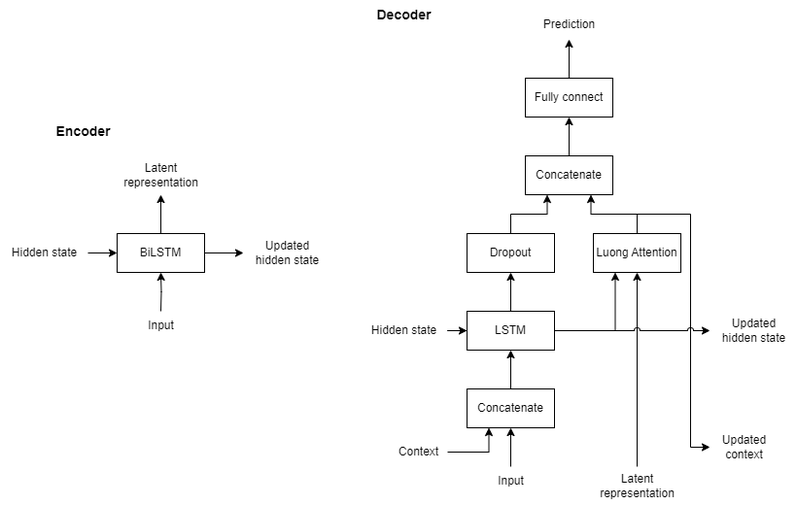
Earlier version of the draw.io export assets/images/net_encoder_decoder.png (mbkers/ship-trajectory-prediction). Source tidied: cells renumbered, new cells last; positions are measured from the earlier drawing's top-left corner, leaving out a move shared by most shapes.
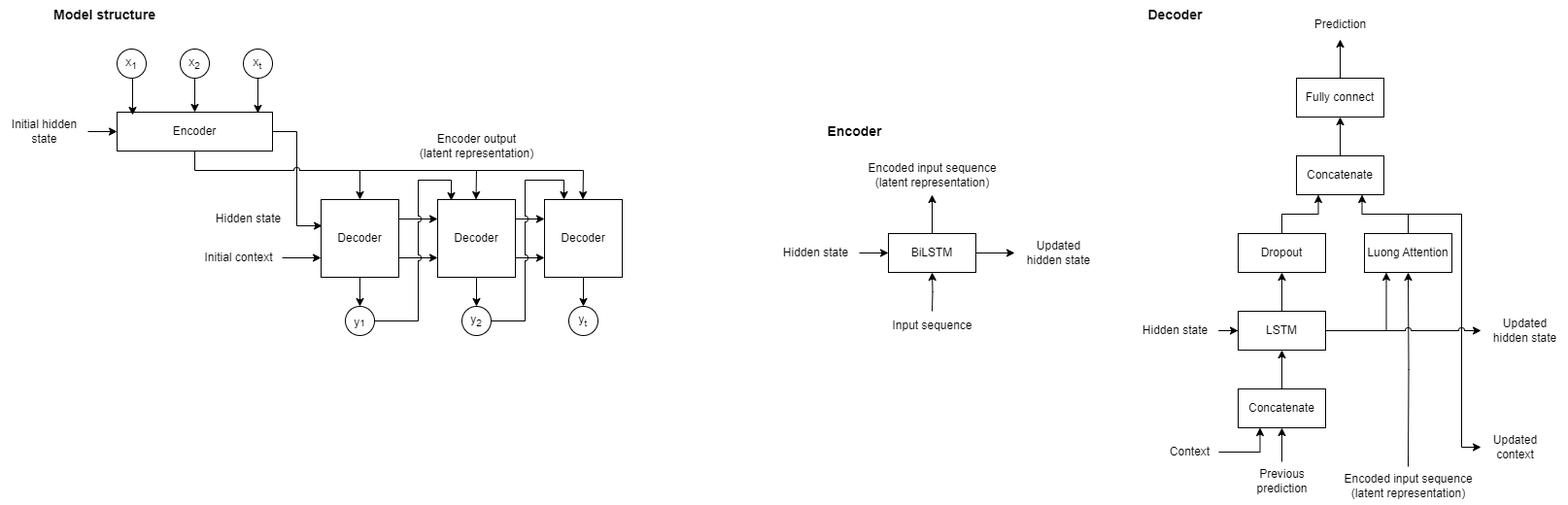
Later version of the same file.

Diff of the diagram source:
```diff
@@ -2,41 +2,41 @@
   <root>
     <mxCell id="0" />
     <mxCell id="1" parent="0" />
-    <mxCell id="2" style="edgeStyle=orthogonalEdgeStyle;rounded=0;jettySize=auto;html=1;exitX=1;exitY=0.5;exitDx=0;exitDy=0;" parent="1" edge="1" source="4" target="8">
-      <mxGeometry relative="1" as="geometry" />
-    </mxCell>
-    <mxCell id="3" style="edgeStyle=orthogonalEdgeStyle;rounded=0;jettySize=auto;html=1;exitX=0.5;exitY=0;exitDx=0;exitDy=0;" parent="1" edge="1" source="4" target="9">
-      <mxGeometry relative="1" as="geometry" />
-    </mxCell>
+    <mxCell id="39" style="edgeStyle=orthogonalEdgeStyle;rounded=0;jettySize=auto;html=1;exitX=1;exitY=0.5;exitDx=0;exitDy=0;" parent="1" edge="1" source="4" target="44">
+      <mxGeometry relative="1" as="geometry" />
+    </mxCell>
+    <mxCell id="40" style="edgeStyle=orthogonalEdgeStyle;rounded=0;jettySize=auto;html=1;exitX=0.5;exitY=0;exitDx=0;exitDy=0;" parent="1" edge="1" source="4" target="45">
+      <mxGeometry relative="1" as="geometry" />
+    </mxCell>
     <mxCell id="4" value="BiLSTM" style="rounded=0;whiteSpace=wrap;html=1;" parent="1" vertex="1">
       <mxGeometry x="120" y="240" width="90" height="40" as="geometry" />
     </mxCell>
-    <mxCell id="5" style="edgeStyle=orthogonalEdgeStyle;rounded=0;jettySize=auto;html=1;" parent="1" edge="1" target="4">
-      <mxGeometry relative="1" as="geometry">
-        <mxPoint x="165" y="320" as="sourcePoint" />
-      </mxGeometry>
-    </mxCell>
-    <mxCell id="6" style="edgeStyle=orthogonalEdgeStyle;rounded=0;jettySize=auto;html=1;" parent="1" edge="1" source="7" target="4">
-      <mxGeometry relative="1" as="geometry" />
-    </mxCell>
-    <mxCell id="7" value="Hidden state" style="text;html=1;align=center;verticalAlign=middle;points=[];strokeColor=none;fillColor=none;" parent="1" vertex="1">
-      <mxGeometry y="245" width="90" height="30" as="geometry" />
-    </mxCell>
-    <mxCell id="8" value="Updated&lt;br&gt;hidden state" style="text;html=1;align=center;verticalAlign=middle;points=[];strokeColor=none;fillColor=none;" parent="1" vertex="1">
-      <mxGeometry x="250" y="240" width="90" height="40" as="geometry" />
-    </mxCell>
-    <mxCell id="9" value="Latent&lt;br&gt;representation" style="text;html=1;align=center;verticalAlign=middle;points=[];strokeColor=none;fillColor=none;" parent="1" vertex="1">
-      <mxGeometry x="115" y="160" width="100" height="40" as="geometry" />
-    </mxCell>
+    <mxCell id="41" style="edgeStyle=orthogonalEdgeStyle;rounded=0;jettySize=auto;html=1;" parent="1" edge="1" target="4">
+      <mxGeometry relative="1" as="geometry">
+        <mxPoint x="165" y="320" as="sourcePoint" />
+      </mxGeometry>
+    </mxCell>
+    <mxCell id="42" style="edgeStyle=orthogonalEdgeStyle;rounded=0;jettySize=auto;html=1;" parent="1" edge="1" source="43" target="4">
+      <mxGeometry relative="1" as="geometry" />
+    </mxCell>
+    <mxCell id="43" value="Hidden state" style="text;html=1;align=center;verticalAlign=middle;points=[];strokeColor=none;fillColor=none;" parent="1" vertex="1">
+      <mxGeometry y="245" width="90" height="30" as="geometry" />
+    </mxCell>
+    <mxCell id="44" value="Updated&lt;br&gt;hidden state" style="text;html=1;align=center;verticalAlign=middle;points=[];strokeColor=none;fillColor=none;" parent="1" vertex="1">
+      <mxGeometry x="250" y="240" width="90" height="40" as="geometry" />
+    </mxCell>
+    <mxCell id="45" value="Encoded input sequence&lt;br&gt;(latent representation)" style="text;html=1;align=center;verticalAlign=middle;points=[];strokeColor=none;fillColor=none;" parent="1" vertex="1">
+      <mxGeometry x="85" y="160" width="160" height="40" as="geometry" />
+    </mxCell>
     <mxCell id="10" value="Encoder" style="text;html=1;align=center;verticalAlign=middle;strokeColor=none;fillColor=none;fontSize=14;fontStyle=1;" parent="1" vertex="1">
       <mxGeometry x="45" y="120" width="80" height="30" as="geometry" />
     </mxCell>
-    <mxCell id="11" style="edgeStyle=orthogonalEdgeStyle;rounded=0;jettySize=auto;html=1;exitX=0.5;exitY=0;exitDx=0;exitDy=0;" parent="1" edge="1" source="12" target="15">
-      <mxGeometry relative="1" as="geometry" />
-    </mxCell>
-    <mxCell id="12" value="Concatenate" style="rounded=0;whiteSpace=wrap;html=1;" parent="1" vertex="1">
-      <mxGeometry x="480" y="400" width="90" height="40" as="geometry" />
-    </mxCell>
+    <mxCell id="46" style="edgeStyle=orthogonalEdgeStyle;rounded=0;jettySize=auto;html=1;exitX=0.5;exitY=0;exitDx=0;exitDy=0;" parent="1" edge="1" source="47" target="15">
+      <mxGeometry relative="1" as="geometry" />
+    </mxCell>
+    <mxCell id="47" value="Concatenate" style="rounded=0;whiteSpace=wrap;html=1;" parent="1" vertex="1">
+      <mxGeometry x="480" y="400" width="90" height="40" as="geometry" />
+    </mxCell>
     <mxCell id="13" style="edgeStyle=orthogonalEdgeStyle;rounded=0;jettySize=auto;html=1;exitX=0.5;exitY=0;exitDx=0;exitDy=0;entryX=0.5;entryY=1;entryDx=0;entryDy=0;" parent="1" edge="1" source="15" target="17">
       <mxGeometry relative="1" as="geometry" />
     </mxCell>
@@ -46,24 +46,24 @@
     <mxCell id="15" value="LSTM" style="rounded=0;whiteSpace=wrap;html=1;" parent="1" vertex="1">
       <mxGeometry x="480" y="320" width="90" height="40" as="geometry" />
     </mxCell>
-    <mxCell id="16" style="edgeStyle=orthogonalEdgeStyle;rounded=0;jettySize=auto;html=1;exitX=0.5;exitY=0;exitDx=0;exitDy=0;entryX=0.25;entryY=1;entryDx=0;entryDy=0;" parent="1" edge="1" source="17" target="21">
-      <mxGeometry relative="1" as="geometry" />
-    </mxCell>
+    <mxCell id="48" style="edgeStyle=orthogonalEdgeStyle;rounded=0;jettySize=auto;html=1;exitX=0.5;exitY=0;exitDx=0;exitDy=0;entryX=0.25;entryY=1;entryDx=0;entryDy=0;" parent="1" edge="1" source="17" target="51">
+      <mxGeometry relative="1" as="geometry" />
+    </mxCell>
     <mxCell id="17" value="Dropout" style="rounded=0;whiteSpace=wrap;html=1;" parent="1" vertex="1">
       <mxGeometry x="480" y="240" width="90" height="40" as="geometry" />
     </mxCell>
-    <mxCell id="18" style="edgeStyle=orthogonalEdgeStyle;rounded=0;jettySize=auto;html=1;entryX=0.75;entryY=1;entryDx=0;entryDy=0;" parent="1" edge="1" source="19" target="21">
-      <mxGeometry relative="1" as="geometry" />
-    </mxCell>
+    <mxCell id="49" style="edgeStyle=orthogonalEdgeStyle;rounded=0;jettySize=auto;html=1;entryX=0.75;entryY=1;entryDx=0;entryDy=0;" parent="1" edge="1" source="19" target="51">
+      <mxGeometry relative="1" as="geometry" />
+    </mxCell>
     <mxCell id="19" value="Luong Attention" style="rounded=0;whiteSpace=wrap;html=1;" parent="1" vertex="1">
       <mxGeometry x="610" y="240" width="90" height="40" as="geometry" />
     </mxCell>
-    <mxCell id="20" style="edgeStyle=orthogonalEdgeStyle;rounded=0;jettySize=auto;html=1;" parent="1" edge="1" source="21" target="23">
-      <mxGeometry relative="1" as="geometry" />
-    </mxCell>
-    <mxCell id="21" value="Concatenate" style="rounded=0;whiteSpace=wrap;html=1;" parent="1" vertex="1">
-      <mxGeometry x="540" y="160" width="90" height="40" as="geometry" />
-    </mxCell>
+    <mxCell id="50" style="edgeStyle=orthogonalEdgeStyle;rounded=0;jettySize=auto;html=1;" parent="1" edge="1" source="51" target="23">
+      <mxGeometry relative="1" as="geometry" />
+    </mxCell>
+    <mxCell id="51" value="Concatenate" style="rounded=0;whiteSpace=wrap;html=1;" parent="1" vertex="1">
+      <mxGeometry x="540" y="160" width="90" height="40" as="geometry" />
+    </mxCell>
     <mxCell id="22" style="edgeStyle=orthogonalEdgeStyle;rounded=0;jettySize=auto;html=1;" parent="1" edge="1" source="23" target="24">
       <mxGeometry relative="1" as="geometry" />
     </mxCell>
@@ -76,33 +76,32 @@
     <mxCell id="25" value="Decoder" style="text;html=1;align=center;verticalAlign=middle;strokeColor=none;fillColor=none;fontSize=14;fontStyle=1;" parent="1" vertex="1">
       <mxGeometry x="375" width="80" height="30" as="geometry" />
     </mxCell>
-    <mxCell id="26" style="edgeStyle=orthogonalEdgeStyle;rounded=0;jettySize=auto;html=1;entryX=0.25;entryY=1;entryDx=0;entryDy=0;" parent="1" edge="1" source="27" target="12">
-      <mxGeometry relative="1" as="geometry" />
-    </mxCell>
+    <mxCell id="52" style="edgeStyle=orthogonalEdgeStyle;rounded=0;jettySize=auto;html=1;entryX=0.25;entryY=1;entryDx=0;entryDy=0;" parent="1" edge="1" source="27" target="47">
+      <mxGeometry relative="1" as="geometry" />
+    </mxCell>
     <mxCell id="27" value="Context" style="text;html=1;align=center;verticalAlign=middle;points=[];strokeColor=none;fillColor=none;" parent="1" vertex="1">
       <mxGeometry x="400" y="450" width="60" height="30" as="geometry" />
     </mxCell>
-    <mxCell id="28" style="edgeStyle=orthogonalEdgeStyle;rounded=0;jettySize=auto;html=1;" parent="1" edge="1" source="29" target="12">
-      <mxGeometry relative="1" as="geometry" />
-    </mxCell>
-    <mxCell id="29" value="Input" style="text;html=1;align=center;verticalAlign=middle;points=[];strokeColor=none;fillColor=none;" parent="1" vertex="1">
-      <mxGeometry x="500" y="480" width="50" height="30" as="geometry" />
-    </mxCell>
-    <mxCell id="30" style="edgeStyle=orthogonalEdgeStyle;rounded=0;jettySize=auto;html=1;" parent="1" edge="1" source="31" target="15">
-      <mxGeometry relative="1" as="geometry" />
-    </mxCell>
-    <mxCell id="31" value="Hidden state" style="text;html=1;align=center;verticalAlign=middle;points=[];strokeColor=none;fillColor=none;" parent="1" vertex="1">
-      <mxGeometry x="370" y="325" width="90" height="30" as="geometry" />
-    </mxCell>
-    <mxCell id="32" value="Updated&lt;br&gt;hidden state" style="text;html=1;align=center;verticalAlign=middle;points=[];strokeColor=none;fillColor=none;" parent="1" vertex="1">
-      <mxGeometry x="730" y="320" width="90" height="40" as="geometry" />
-    </mxCell>
-    <mxCell id="33" style="edgeStyle=orthogonalEdgeStyle;rounded=0;jettySize=auto;html=1;entryX=0.5;entryY=1;entryDx=0;entryDy=0;" parent="1" edge="1" source="34" target="19">
-      <mxGeometry relative="1" as="geometry" />
-    </mxCell>
-    <mxCell id="34" value="Latent&lt;br&gt;representation" style="text;html=1;align=center;verticalAlign=middle;points=[];strokeColor=none;fillColor=none;" parent="1" vertex="1">
-      <mxGeometry x="605" y="480" width="100" height="40" as="geometry" />
-    </mxCell>
+    <mxCell id="53" style="edgeStyle=orthogonalEdgeStyle;rounded=0;jettySize=auto;html=1;" parent="1" edge="1" source="54" target="47">
+      <mxGeometry relative="1" as="geometry" />
+    </mxCell>
+    <mxCell id="54" value="Previous&lt;br&gt;prediction" style="text;html=1;align=center;verticalAlign=middle;points=[];strokeColor=none;fillColor=none;" parent="1" vertex="1">
+      <mxGeometry x="485" y="475" width="80" height="40" as="geometry" />
+    </mxCell>
+    <mxCell id="55" style="edgeStyle=orthogonalEdgeStyle;rounded=0;jettySize=auto;html=1;" parent="1" edge="1" source="56" target="15">
+      <mxGeometry relative="1" as="geometry" />
+    </mxCell>
+    <mxCell id="56" value="Hidden state" style="text;html=1;align=center;verticalAlign=middle;points=[];strokeColor=none;fillColor=none;" parent="1" vertex="1">
+      <mxGeometry x="370" y="325" width="90" height="30" as="geometry" />
+    </mxCell>
+    <mxCell id="57" value="Updated&lt;br&gt;hidden state" style="text;html=1;align=center;verticalAlign=middle;points=[];strokeColor=none;fillColor=none;" parent="1" vertex="1">
+      <mxGeometry x="730" y="320" width="90" height="40" as="geometry" />
+    </mxCell>
+    <mxCell id="58" style="edgeStyle=orthogonalEdgeStyle;rounded=0;jettySize=auto;html=1;entryX=0.5;entryY=1;entryDx=0;entryDy=0;" parent="1" edge="1" target="19">
+      <mxGeometry relative="1" as="geometry">
+        <mxPoint x="655" y="480" as="sourcePoint" />
+      </mxGeometry>
+    </mxCell>
     <mxCell id="35" value="Updated&lt;br&gt;context" style="text;html=1;align=center;verticalAlign=middle;points=[];strokeColor=none;fillColor=none;" parent="1" vertex="1">
       <mxGeometry x="730" y="440" width="70" height="40" as="geometry" />
     </mxCell>
@@ -115,11 +114,142 @@
         </Array>
       </mxGeometry>
     </mxCell>
-    <mxCell id="37" style="edgeStyle=orthogonalEdgeStyle;rounded=0;jettySize=auto;html=1;exitX=1;exitY=0.5;exitDx=0;exitDy=0;jumpStyle=arc;" parent="1" edge="1" source="15" target="32">
-      <mxGeometry relative="1" as="geometry" />
-    </mxCell>
-    <mxCell id="38" value="Input" style="text;html=1;align=center;verticalAlign=middle;strokeColor=none;fillColor=none;" parent="1" vertex="1">
-      <mxGeometry x="140" y="320" width="50" height="30" as="geometry" />
-    </mxCell>
+    <mxCell id="59" style="edgeStyle=orthogonalEdgeStyle;rounded=0;jettySize=auto;html=1;exitX=1;exitY=0.5;exitDx=0;exitDy=0;jumpStyle=arc;" parent="1" edge="1" source="15" target="57">
+      <mxGeometry relative="1" as="geometry" />
+    </mxCell>
+    <mxCell id="60" value="Input sequence" style="text;html=1;align=center;verticalAlign=middle;strokeColor=none;fillColor=none;" parent="1" vertex="1">
+      <mxGeometry x="110" y="320" width="110" height="30" as="geometry" />
+    </mxCell>
+    <mxCell id="61" value="Encoder" style="rounded=0;whiteSpace=wrap;html=1;" parent="1" vertex="1">
+      <mxGeometry x="-674" y="115" width="160" height="40" as="geometry" />
+    </mxCell>
+    <mxCell id="62" value="x&lt;sub&gt;1&lt;/sub&gt;" style="ellipse;whiteSpace=wrap;html=1;" parent="1" vertex="1">
+      <mxGeometry x="-674" y="50" width="30" height="30" as="geometry" />
+    </mxCell>
+    <mxCell id="63" style="edgeStyle=orthogonalEdgeStyle;rounded=0;jettySize=auto;html=1;" parent="1" edge="1" source="64" target="61">
+      <mxGeometry relative="1" as="geometry" />
+    </mxCell>
+    <mxCell id="64" value="x&lt;sub&gt;2&lt;/sub&gt;" style="ellipse;whiteSpace=wrap;html=1;" parent="1" vertex="1">
+      <mxGeometry x="-609" y="50" width="30" height="30" as="geometry" />
+    </mxCell>
+    <mxCell id="65" value="x&lt;sub&gt;t&lt;/sub&gt;" style="ellipse;whiteSpace=wrap;html=1;" parent="1" vertex="1">
+      <mxGeometry x="-544" y="50" width="30" height="30" as="geometry" />
+    </mxCell>
+    <mxCell id="66" style="edgeStyle=orthogonalEdgeStyle;rounded=0;jettySize=auto;html=1;exitX=0.5;exitY=1;exitDx=0;exitDy=0;entryX=0.1;entryY=0.075;entryDx=0;entryDy=0;entryPerimeter=0;" parent="1" edge="1" source="62" target="61">
+      <mxGeometry relative="1" as="geometry" />
+    </mxCell>
+    <mxCell id="67" style="edgeStyle=orthogonalEdgeStyle;rounded=0;jettySize=auto;html=1;entryX=0.906;entryY=0.025;entryDx=0;entryDy=0;entryPerimeter=0;" parent="1" edge="1" source="65" target="61">
+      <mxGeometry relative="1" as="geometry" />
+    </mxCell>
+    <mxCell id="68" style="edgeStyle=orthogonalEdgeStyle;rounded=0;jettySize=auto;html=1;exitX=0.5;exitY=1;exitDx=0;exitDy=0;entryX=0.5;entryY=0;entryDx=0;entryDy=0;" parent="1" edge="1" source="71" target="75">
+      <mxGeometry relative="1" as="geometry" />
+    </mxCell>
+    <mxCell id="69" style="edgeStyle=orthogonalEdgeStyle;rounded=0;jettySize=auto;html=1;exitX=1;exitY=0.25;exitDx=0;exitDy=0;entryX=0;entryY=0.25;entryDx=0;entryDy=0;" parent="1" edge="1" source="71" target="79">
+      <mxGeometry relative="1" as="geometry" />
+    </mxCell>
+    <mxCell id="70" style="edgeStyle=orthogonalEdgeStyle;rounded=0;jettySize=auto;html=1;exitX=1;exitY=0.75;exitDx=0;exitDy=0;entryX=0;entryY=0.75;entryDx=0;entryDy=0;" parent="1" edge="1" source="71" target="79">
+      <mxGeometry relative="1" as="geometry" />
+    </mxCell>
+    <mxCell id="71" value="Decoder" style="rounded=0;whiteSpace=wrap;html=1;" parent="1" vertex="1">
+      <mxGeometry x="-464" y="205" width="80" height="80" as="geometry" />
+    </mxCell>
+    <mxCell id="72" value="Hidden state" style="text;html=1;align=center;verticalAlign=middle;strokeColor=none;fillColor=none;" parent="1" vertex="1">
+      <mxGeometry x="-584" y="210" width="90" height="30" as="geometry" />
+    </mxCell>
+    <mxCell id="73" style="edgeStyle=orthogonalEdgeStyle;rounded=0;jettySize=auto;html=1;entryX=0;entryY=0.75;entryDx=0;entryDy=0;" parent="1" edge="1" source="74" target="71">
+      <mxGeometry relative="1" as="geometry" />
+    </mxCell>
+    <mxCell id="74" value="Initial context" style="text;html=1;align=center;verticalAlign=middle;points=[];strokeColor=none;fillColor=none;" parent="1" vertex="1">
+      <mxGeometry x="-594" y="250" width="90" height="30" as="geometry" />
+    </mxCell>
+    <mxCell id="75" value="&lt;sub&gt;&lt;span style=&quot;font-size: 12px;&quot;&gt;y&lt;/span&gt;1&lt;/sub&gt;" style="ellipse;whiteSpace=wrap;html=1;" parent="1" vertex="1">
+      <mxGeometry x="-439" y="315" width="30" height="30" as="geometry" />
+    </mxCell>
+    <mxCell id="76" style="edgeStyle=orthogonalEdgeStyle;rounded=0;jettySize=auto;html=1;exitX=0.5;exitY=1;exitDx=0;exitDy=0;entryX=0.5;entryY=0;entryDx=0;entryDy=0;" parent="1" edge="1" source="79" target="87">
+      <mxGeometry relative="1" as="geometry" />
+    </mxCell>
+    <mxCell id="77" style="edgeStyle=orthogonalEdgeStyle;rounded=0;jettySize=auto;html=1;exitX=1;exitY=0.25;exitDx=0;exitDy=0;entryX=0;entryY=0.25;entryDx=0;entryDy=0;" parent="1" edge="1" source="79" target="81">
+      <mxGeometry relative="1" as="geometry" />
+    </mxCell>
+    <mxCell id="78" style="edgeStyle=orthogonalEdgeStyle;rounded=0;jettySize=auto;html=1;exitX=1;exitY=0.75;exitDx=0;exitDy=0;entryX=0;entryY=0.75;entryDx=0;entryDy=0;" parent="1" edge="1" source="79" target="81">
+      <mxGeometry relative="1" as="geometry" />
+    </mxCell>
+    <mxCell id="79" value="Decoder" style="rounded=0;whiteSpace=wrap;html=1;" parent="1" vertex="1">
+      <mxGeometry x="-344" y="205" width="80" height="80" as="geometry" />
+    </mxCell>
+    <mxCell id="80" style="edgeStyle=orthogonalEdgeStyle;rounded=0;jettySize=auto;html=1;exitX=0.5;exitY=1;exitDx=0;exitDy=0;entryX=0.5;entryY=0;entryDx=0;entryDy=0;" parent="1" edge="1" source="81" target="88">
+      <mxGeometry relative="1" as="geometry" />
+    </mxCell>
+    <mxCell id="81" value="Decoder" style="rounded=0;whiteSpace=wrap;html=1;" parent="1" vertex="1">
+      <mxGeometry x="-234" y="205" width="80" height="80" as="geometry" />
+    </mxCell>
+    <mxCell id="82" style="endArrow=none;html=1;rounded=0;" parent="1" edge="1">
+      <mxGeometry relative="1" as="geometry">
+        <mxPoint x="-424" y="175" as="sourcePoint" />
+        <mxPoint x="-194" y="175" as="targetPoint" />
+      </mxGeometry>
+    </mxCell>
+    <mxCell id="83" style="endArrow=classic;html=1;rounded=0;" parent="1" edge="1">
+      <mxGeometry relative="1" as="geometry">
+        <mxPoint x="-304" y="175" as="sourcePoint" />
+        <mxPoint x="-304.5" y="205" as="targetPoint" />
+      </mxGeometry>
+    </mxCell>
+    <mxCell id="84" style="endArrow=classic;html=1;rounded=0;" parent="1" edge="1">
+      <mxGeometry relative="1" as="geometry">
+        <mxPoint x="-194" y="175" as="sourcePoint" />
+        <mxPoint x="-194.5" y="205" as="targetPoint" />
+      </mxGeometry>
+    </mxCell>
+    <mxCell id="85" style="edgeStyle=orthogonalEdgeStyle;rounded=0;jettySize=auto;html=1;exitX=1;exitY=0.5;exitDx=0;exitDy=0;entryX=0.175;entryY=0.013;entryDx=0;entryDy=0;entryPerimeter=0;jumpStyle=arc;" parent="1" edge="1" source="75" target="79">
+      <mxGeometry relative="1" as="geometry">
+        <Array as="points">
+          <mxPoint x="-364" y="330" />
+          <mxPoint x="-364" y="185" />
+          <mxPoint x="-330" y="185" />
+        </Array>
+      </mxGeometry>
+    </mxCell>
+    <mxCell id="86" style="edgeStyle=orthogonalEdgeStyle;rounded=0;jettySize=auto;html=1;exitX=1;exitY=0.5;exitDx=0;exitDy=0;entryX=0.25;entryY=0;entryDx=0;entryDy=0;jumpStyle=arc;" parent="1" edge="1" source="87" target="81">
+      <mxGeometry relative="1" as="geometry">
+        <Array as="points">
+          <mxPoint x="-254" y="330" />
+          <mxPoint x="-254" y="185" />
+          <mxPoint x="-214" y="185" />
+        </Array>
+      </mxGeometry>
+    </mxCell>
+    <mxCell id="87" value="y&lt;sub&gt;2&lt;/sub&gt;" style="ellipse;whiteSpace=wrap;html=1;" parent="1" vertex="1">
+      <mxGeometry x="-319" y="315" width="30" height="30" as="geometry" />
+    </mxCell>
+    <mxCell id="88" value="y&lt;sub&gt;t&lt;/sub&gt;" style="ellipse;whiteSpace=wrap;html=1;" parent="1" vertex="1">
+      <mxGeometry x="-209" y="315" width="30" height="30" as="geometry" />
+    </mxCell>
+    <mxCell id="89" value="Encoder output&lt;br&gt;(latent representation)" style="text;html=1;align=center;verticalAlign=middle;strokeColor=none;fillColor=none;" parent="1" vertex="1">
+      <mxGeometry x="-374" y="130" width="140" height="40" as="geometry" />
+    </mxCell>
+    <mxCell id="90" value="Model structure" style="text;html=1;align=center;verticalAlign=middle;strokeColor=none;fillColor=none;fontSize=14;fontStyle=1;" parent="1" vertex="1">
+      <mxGeometry x="-752" width="130" height="30" as="geometry" />
+    </mxCell>
+    <mxCell id="91" style="edgeStyle=orthogonalEdgeStyle;rounded=0;jettySize=auto;html=1;" parent="1" edge="1" source="92" target="61">
+      <mxGeometry relative="1" as="geometry" />
+    </mxCell>
+    <mxCell id="92" value="Initial hidden&lt;br&gt;state" style="text;html=1;align=center;verticalAlign=middle;points=[];strokeColor=none;fillColor=none;" parent="1" vertex="1">
+      <mxGeometry x="-794" y="115" width="90" height="40" as="geometry" />
+    </mxCell>
+    <mxCell id="93" style="edgeStyle=orthogonalEdgeStyle;rounded=0;jettySize=auto;html=1;exitX=1;exitY=0.5;exitDx=0;exitDy=0;entryX=0.013;entryY=0.338;entryDx=0;entryDy=0;entryPerimeter=0;jumpStyle=none;" parent="1" edge="1" source="61" target="71">
+      <mxGeometry relative="1" as="geometry" />
+    </mxCell>
+    <mxCell id="94" style="edgeStyle=orthogonalEdgeStyle;rounded=0;jettySize=auto;html=1;jumpStyle=arc;" parent="1" edge="1" source="61" target="71">
+      <mxGeometry relative="1" as="geometry">
+        <Array as="points">
+          <mxPoint x="-594" y="175" />
+          <mxPoint x="-424" y="175" />
+        </Array>
+      </mxGeometry>
+    </mxCell>
+    <mxCell id="95" value="Encoded input sequence&lt;br&gt;(latent representation)" style="text;html=1;align=center;verticalAlign=middle;strokeColor=none;fillColor=none;" parent="1" vertex="1">
+      <mxGeometry x="575" y="480" width="160" height="40" as="geometry" />
+    </mxCell>
   </root>
 </mxGraphModel>
```
